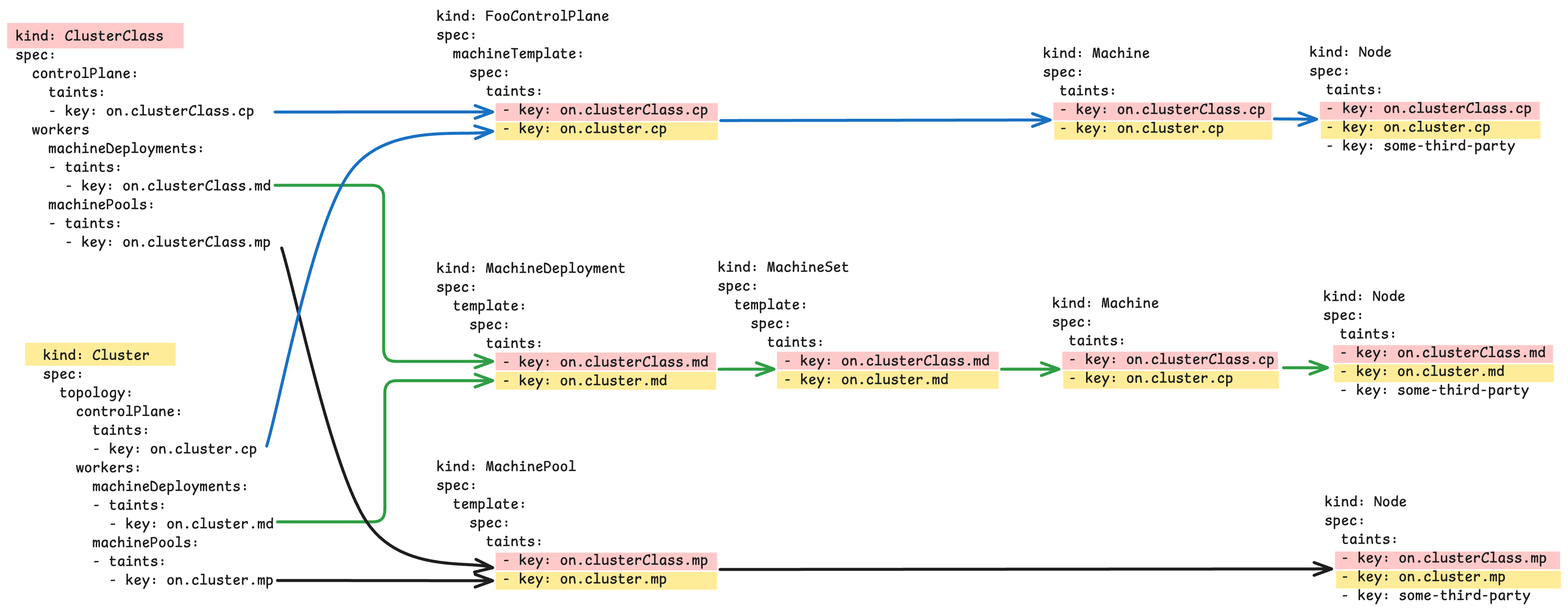
Above: docs/proposals/images/propagate-taints/topology-propagation.excalidraw.png in kubernetes-sigs/cluster-api (Excalidraw), before the change. Source tidied: one line per element, renumbered; positions are measured from the earlier drawing's top-left corner, leaving out a move shared by most shapes.
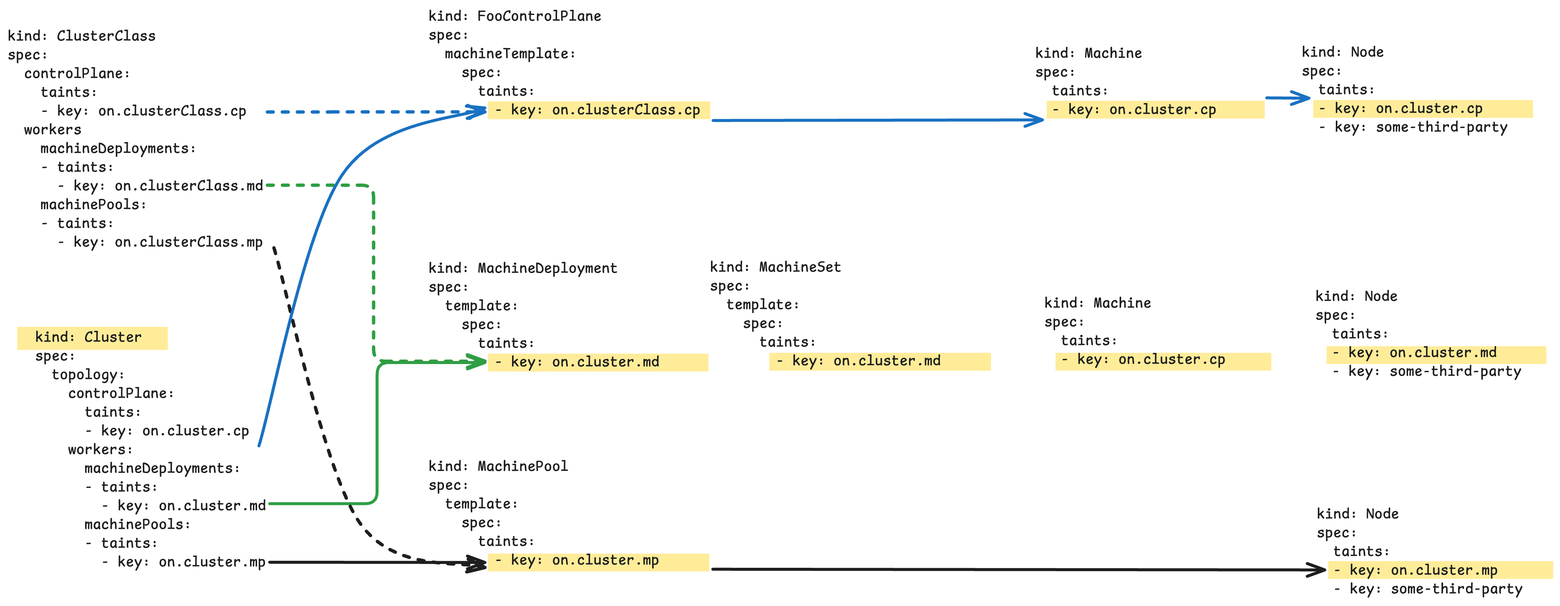
The same diagram one commit later.

The edit, as a diff of the source:
```diff
@@ -1,43 +1,30 @@
-{"id": 0, "type": "rectangle", "strokeColor": "#ffec99", "backgroundColor": "#ffec99", "fillStyle": "solid", "strokeWidth": 1, "roughness": 0, "x": 24, "y": 448, "width": 200, "height": 30}
+{"id": 0, "type": "rectangle", "strokeColor": "#ffec99", "backgroundColor": "#ffec99", "fillStyle": "solid", "strokeWidth": 1, "roughness": 0, "x": 24, "y": 427, "width": 200, "height": 30}
-{"id": 1, "type": "rectangle", "strokeColor": "#ffc9c9", "backgroundColor": "#ffc9c9", "fillStyle": "solid", "strokeWidth": 1, "roughness": 0, "x": 0, "y": 21, "width": 234, "height": 33}
-{"id": 2, "type": "rectangle", "strokeColor": "#ffec99", "backgroundColor": "#ffec99", "fillStyle": "solid", "strokeWidth": 1, "roughness": 0, "x": 652, "y": 754, "width": 294, "height": 23}
+{"id": 2, "type": "rectangle", "strokeColor": "#ffec99", "backgroundColor": "#ffec99", "fillStyle": "solid", "strokeWidth": 1, "roughness": 0, "x": 652, "y": 730, "width": 294, "height": 23}
-{"id": 3, "type": "rectangle", "strokeColor": "#ffc9c9", "backgroundColor": "#ffc9c9", "fillStyle": "solid", "strokeWidth": 1, "roughness": 0, "x": 652, "y": 728, "width": 294, "height": 23}
-{"id": 4, "type": "rectangle", "strokeColor": "#ffec99", "backgroundColor": "#ffec99", "fillStyle": "solid", "strokeWidth": 1, "roughness": 0, "x": 652, "y": 154, "width": 296, "height": 23}
+{"id": 4, "type": "rectangle", "strokeColor": "#ffec99", "backgroundColor": "#ffec99", "fillStyle": "solid", "strokeWidth": 1, "roughness": 0, "x": 652, "y": 126, "width": 296, "height": 23}
-{"id": 5, "type": "rectangle", "strokeColor": "#ffc9c9", "backgroundColor": "#ffc9c9", "fillStyle": "solid", "strokeWidth": 1, "roughness": 0, "x": 652, "y": 128, "width": 296, "height": 23}
-{"id": 6, "type": "rectangle", "strokeColor": "#ffec99", "backgroundColor": "#ffec99", "fillStyle": "solid", "strokeWidth": 1, "roughness": 0, "x": 652, "y": 487, "width": 293, "height": 23}
+{"id": 6, "type": "rectangle", "strokeColor": "#ffec99", "backgroundColor": "#ffec99", "fillStyle": "solid", "strokeWidth": 1, "roughness": 0, "x": 652, "y": 463, "width": 293, "height": 23}
-{"id": 7, "type": "rectangle", "strokeColor": "#ffc9c9", "backgroundColor": "#ffc9c9", "fillStyle": "solid", "strokeWidth": 1, "roughness": 0, "x": 652, "y": 461, "width": 293, "height": 23}
 {"id": 8, "type": "text", "text": "kind: ClusterClass\nspec:\n  controlPlane:\n    taints:\n    - key: on.clusterClass.cp\n  workers\n    machineDeployments:\n    - taints:\n      - key: on.clusterClass.md\n    machinePools:\n    - taints:\n      - key: on.clusterClass.mp", "strokeColor": "#1e1e1e", "strokeWidth": 2, "roughness": 0, "fontSize": 20, "fontFamily": 8, "x": 10, "y": 27, "width": 342, "height": 300}
-{"id": 9, "type": "text", "text": "kind: Cluster\nspec:\n  topology:\n    controlPlane:\n      taints:\n      - key: on.cluster.cp\n    workers:\n      machineDeployments:\n      - taints:\n        - key: on.cluster.md\n      machinePools:\n      - taints:\n        - key: on.cluster.mp\n", "strokeColor": "#1e1e1e", "strokeWidth": 2, "roughness": 0, "fontSize": 20, "fontFamily": 8, "x": 47, "y": 452, "width": 308, "height": 350}
+{"id": 9, "type": "text", "text": "kind: Cluster\nspec:\n  topology:\n    controlPlane:\n      taints:\n      - key: on.cluster.cp\n    workers:\n      machineDeployments:\n      - taints:\n        - key: on.cluster.md\n      machinePools:\n      - taints:\n        - key: on.cluster.mp\n", "strokeColor": "#1e1e1e", "strokeWidth": 2, "roughness": 0, "fontSize": 20, "fontFamily": 8, "x": 47, "y": 428, "width": 308, "height": 350}
-{"id": 10, "type": "text", "text": "kind: MachineDeployment\nspec:\n  template:\n    spec:\n      taints:\n        - key: on.clusterClass.md\n        - key: on.cluster.md\n", "strokeColor": "#1e1e1e", "strokeWidth": 2, "roughness": 0, "fontSize": 20, "fontFamily": 8, "x": 572, "y": 337, "width": 363, "height": 200}
+{"id": 10, "type": "text", "text": "kind: MachineDeployment\nspec:\n  template:\n    spec:\n      taints:\n        - key: on.cluster.md\n", "strokeColor": "#1e1e1e", "strokeWidth": 2, "roughness": 0, "fontSize": 20, "fontFamily": 8, "x": 572, "y": 337, "width": 308, "height": 175}
-{"id": 11, "type": "rectangle", "strokeColor": "#ffec99", "backgroundColor": "#ffec99", "fillStyle": "solid", "strokeWidth": 1, "roughness": 0, "x": 1397, "y": 153, "width": 290, "height": 23}
+{"id": 11, "type": "rectangle", "strokeColor": "#ffec99", "backgroundColor": "#ffec99", "fillStyle": "solid", "strokeWidth": 1, "roughness": 0, "x": 1397, "y": 125, "width": 290, "height": 23}
-{"id": 12, "type": "rectangle", "strokeColor": "#ffc9c9", "backgroundColor": "#ffc9c9", "fillStyle": "solid", "strokeWidth": 1, "roughness": 0, "x": 1396, "y": 127, "width": 290, "height": 23}
-{"id": 13, "type": "text", "text": "kind: Machine\nspec:\n  taints:\n  - key: on.clusterClass.cp\n  - key: on.cluster.cp\n", "strokeColor": "#1e1e1e", "strokeWidth": 2, "roughness": 0, "fontSize": 20, "fontFamily": 8, "x": 1381, "y": 49, "width": 297, "height": 150}
+{"id": 13, "type": "text", "text": "kind: Machine\nspec:\n  taints:\n  - key: on.cluster.cp\n", "strokeColor": "#1e1e1e", "strokeWidth": 2, "roughness": 0, "fontSize": 20, "fontFamily": 8, "x": 1381, "y": 49, "width": 242, "height": 125}
-{"id": 14, "type": "text", "text": "kind: MachinePool\nspec:\n  template:\n    spec:\n      taints:\n        - key: on.clusterClass.mp\n        - key: on.cluster.mp", "strokeColor": "#1e1e1e", "strokeWidth": 2, "roughness": 0, "fontSize": 20, "fontFamily": 8, "x": 572, "y": 601, "width": 363, "height": 175}
+{"id": 14, "type": "text", "text": "kind: MachinePool\nspec:\n  template:\n    spec:\n      taints:\n        - key: on.cluster.mp", "strokeColor": "#1e1e1e", "strokeWidth": 2, "roughness": 0, "fontSize": 20, "fontFamily": 8, "x": 572, "y": 601, "width": 308, "height": 150}
-{"id": 15, "type": "arrow", "strokeColor": "#2f9e44", "backgroundColor": "#a5d8ff", "fillStyle": "solid", "strokeWidth": 4, "roughness": 0, "endArrowhead": "arrow", "from": 8, "to": 7, "x": 357, "y": 237, "width": 290, "height": 235, "points": [[0, 0], [145, 0], [145, 235], [290, 235]]}
+{"id": 15, "type": "arrow", "strokeColor": "#2f9e44", "backgroundColor": "#a5d8ff", "fillStyle": "solid", "strokeWidth": 4, "strokeStyle": "dashed", "roughness": 0, "endArrowhead": "arrow", "from": 8, "x": 357, "y": 237, "width": 290, "height": 235, "points": [[0, 0], [142, 0], [142, 235], [290, 235]]}
-{"id": 16, "type": "arrow", "strokeColor": "#2f9e44", "backgroundColor": "#b2f2bb", "fillStyle": "solid", "strokeWidth": 4, "roughness": 0, "endArrowhead": "arrow", "from": 9, "to": 6, "x": 360, "y": 686, "width": 287, "height": 188, "points": [[0, 0], [143, 0], [143, -188], [287, -188]]}
+{"id": 16, "type": "arrow", "strokeColor": "#2f9e44", "backgroundColor": "#b2f2bb", "fillStyle": "solid", "strokeWidth": 4, "roughness": 0, "endArrowhead": "arrow", "from": 9, "to": 6, "x": 360, "y": 662, "width": 287, "height": 188, "points": [[0, 0], [143, 0], [143, -188], [287, -188]]}
-{"id": 17, "type": "text", "text": "kind: FooControlPlane\nspec:\n  machineTemplate:\n    spec:\n      taints:\n        - key: on.clusterClass.cp\n        - key: on.cluster.cp\n", "strokeColor": "#1e1e1e", "strokeWidth": 2, "roughness": 0, "fontSize": 20, "fontFamily": 8, "x": 572, "y": 0, "width": 363, "height": 200}
+{"id": 17, "type": "text", "text": "kind: FooControlPlane\nspec:\n  machineTemplate:\n    spec:\n      taints:\n        - key: on.clusterClass.cp\n", "strokeColor": "#1e1e1e", "strokeWidth": 2, "roughness": 0, "fontSize": 20, "fontFamily": 8, "x": 572, "y": 0, "width": 363, "height": 175}
-{"id": 18, "type": "arrow", "strokeColor": "#1e1e1e", "backgroundColor": "#b2f2bb", "fillStyle": "solid", "strokeWidth": 4, "roughness": 0, "endArrowhead": "arrow", "from": 9, "to": 2, "x": 360, "y": 765, "width": 287, "height": 0, "points": [[0, 0], [287, 0]]}
+{"id": 18, "type": "arrow", "strokeColor": "#1e1e1e", "backgroundColor": "#b2f2bb", "fillStyle": "solid", "strokeWidth": 4, "roughness": 0, "endArrowhead": "arrow", "from": 9, "to": 2, "x": 360, "y": 741, "width": 287, "height": 0, "points": [[0, 0], [287, 0]]}
-{"id": 19, "type": "arrow", "strokeColor": "#1e1e1e", "backgroundColor": "#b2f2bb", "fillStyle": "solid", "strokeWidth": 4, "roughness": 0, "endArrowhead": "arrow", "round": true, "from": 8, "to": 3, "x": 366, "y": 321, "width": 282, "height": 427, "points": [[0, 0], [113, 365], [282, 427]]}
+{"id": 19, "type": "arrow", "strokeColor": "#1e1e1e", "backgroundColor": "#b2f2bb", "fillStyle": "solid", "strokeWidth": 4, "strokeStyle": "dashed", "roughness": 0, "endArrowhead": "arrow", "round": true, "from": 8, "x": 366, "y": 321, "width": 282, "height": 427, "points": [[0, 0], [113, 365], [282, 427]]}
-{"id": 20, "type": "arrow", "strokeColor": "#1971c2", "backgroundColor": "#b2f2bb", "fillStyle": "solid", "strokeWidth": 4, "roughness": 0, "endArrowhead": "arrow", "from": 8, "to": 5, "x": 357, "y": 140, "width": 290, "height": 0, "points": [[0, 0], [86, 0], [86, 0], [290, 0]]}
+{"id": 20, "type": "arrow", "strokeColor": "#1971c2", "backgroundColor": "#b2f2bb", "fillStyle": "solid", "strokeWidth": 4, "strokeStyle": "dashed", "roughness": 0, "endArrowhead": "arrow", "from": 8, "x": 357, "y": 140, "width": 290, "height": 0, "points": [[0, 0], [86, 0], [86, 0], [290, 0]]}
-{"id": 21, "type": "arrow", "strokeColor": "#1971c2", "backgroundColor": "#b2f2bb", "fillStyle": "solid", "strokeWidth": 4, "roughness": 0, "endArrowhead": "arrow", "round": true, "to": 4, "x": 346, "y": 585, "width": 302, "height": 420, "points": [[0, 0], [111, -365], [302, -420]]}
+{"id": 21, "type": "arrow", "strokeColor": "#1971c2", "backgroundColor": "#b2f2bb", "fillStyle": "solid", "strokeWidth": 4, "roughness": 0, "endArrowhead": "arrow", "round": true, "to": 4, "x": 346, "y": 585, "width": 302, "height": 451, "points": [[0, 0], [111, -361], [302, -451]]}
-{"id": 22, "type": "rectangle", "strokeColor": "#ffec99", "backgroundColor": "#ffec99", "fillStyle": "solid", "strokeWidth": 1, "roughness": 0, "x": 1027, "y": 486, "width": 295, "height": 23}
+{"id": 22, "type": "rectangle", "strokeColor": "#ffec99", "backgroundColor": "#ffec99", "fillStyle": "solid", "strokeWidth": 1, "roughness": 0, "x": 1027, "y": 462, "width": 295, "height": 23}
-{"id": 23, "type": "rectangle", "strokeColor": "#ffc9c9", "backgroundColor": "#ffc9c9", "fillStyle": "solid", "strokeWidth": 1, "roughness": 0, "x": 1027, "y": 460, "width": 295, "height": 23}
-{"id": 24, "type": "text", "text": "kind: MachineSet\nspec:\n  template:\n    spec:\n      taints:\n        - key: on.clusterClass.md\n        - key: on.cluster.md\n", "strokeColor": "#1e1e1e", "strokeWidth": 2, "roughness": 0, "fontSize": 20, "fontFamily": 8, "x": 947, "y": 335, "width": 363, "height": 200}
+{"id": 24, "type": "text", "text": "kind: MachineSet\nspec:\n  template:\n    spec:\n      taints:\n        - key: on.cluster.md\n", "strokeColor": "#1e1e1e", "strokeWidth": 2, "roughness": 0, "fontSize": 20, "fontFamily": 8, "x": 947, "y": 335, "width": 308, "height": 175}
-{"id": 25, "type": "rectangle", "strokeColor": "#ffec99", "backgroundColor": "#ffec99", "fillStyle": "solid", "strokeWidth": 1, "roughness": 0, "x": 1773, "y": 752, "width": 299, "height": 23}
+{"id": 25, "type": "rectangle", "strokeColor": "#ffec99", "backgroundColor": "#ffec99", "fillStyle": "solid", "strokeWidth": 1, "roughness": 0, "x": 1773, "y": 740, "width": 299, "height": 23}
-{"id": 26, "type": "rectangle", "strokeColor": "#ffc9c9", "backgroundColor": "#ffc9c9", "fillStyle": "solid", "strokeWidth": 1, "roughness": 0, "x": 1772, "y": 726, "width": 299, "height": 23}
-{"id": 27, "type": "text", "text": "kind: Node\nspec:\n  taints:\n  - key: on.clusterClass.mp\n  - key: on.cluster.mp\n  - key: some-third-party", "strokeColor": "#1e1e1e", "strokeWidth": 2, "roughness": 0, "fontSize": 20, "fontFamily": 8, "x": 1757, "y": 648, "width": 297, "height": 150}
+{"id": 27, "type": "text", "text": "kind: Node\nspec:\n  taints:\n  - key: on.cluster.mp\n  - key: some-third-party", "strokeColor": "#1e1e1e", "strokeWidth": 2, "roughness": 0, "fontSize": 20, "fontFamily": 8, "x": 1757, "y": 664, "width": 275, "height": 125}
-{"id": 28, "type": "arrow", "strokeColor": "#2f9e44", "backgroundColor": "#ffec99", "fillStyle": "solid", "strokeWidth": 4, "roughness": 0, "endArrowhead": "arrow", "from": 7, "to": 23, "x": 949, "y": 483, "width": 73, "height": 0, "points": [[0, 0], [73, 0]]}
-{"id": 29, "type": "arrow", "strokeColor": "#1971c2", "backgroundColor": "#ffec99", "fillStyle": "solid", "strokeWidth": 4, "roughness": 0, "endArrowhead": "arrow", "from": 5, "to": 12, "x": 952, "y": 151, "width": 439, "height": 1, "points": [[0, 0], [439, -1]]}
+{"id": 29, "type": "arrow", "strokeColor": "#1971c2", "backgroundColor": "#ffec99", "fillStyle": "solid", "strokeWidth": 4, "roughness": 0, "endArrowhead": "arrow", "x": 952, "y": 151, "width": 439, "height": 1, "points": [[0, 0], [439, -1]]}
-{"id": 30, "type": "arrow", "strokeColor": "#1e1e1e", "backgroundColor": "#ffec99", "fillStyle": "solid", "strokeWidth": 4, "roughness": 0, "endArrowhead": "arrow", "from": 3, "to": 26, "x": 951, "y": 750, "width": 816, "height": 1, "points": [[0, 0], [816, -1]]}
+{"id": 30, "type": "arrow", "strokeColor": "#1e1e1e", "backgroundColor": "#ffec99", "fillStyle": "solid", "strokeWidth": 4, "roughness": 0, "endArrowhead": "arrow", "to": 25, "x": 951, "y": 750, "width": 816, "height": 1, "points": [[0, 0], [816, 1]]}
-{"id": 31, "type": "rectangle", "strokeColor": "#ffec99", "backgroundColor": "#ffec99", "fillStyle": "solid", "strokeWidth": 1, "roughness": 0, "x": 1409, "y": 486, "width": 287, "height": 23}
+{"id": 31, "type": "rectangle", "strokeColor": "#ffec99", "backgroundColor": "#ffec99", "fillStyle": "solid", "strokeWidth": 1, "roughness": 0, "x": 1409, "y": 462, "width": 287, "height": 23}
-{"id": 32, "type": "rectangle", "strokeColor": "#ffc9c9", "backgroundColor": "#ffc9c9", "fillStyle": "solid", "strokeWidth": 1, "roughness": 0, "x": 1408, "y": 460, "width": 287, "height": 23}
-{"id": 33, "type": "text", "text": "kind: Machine\nspec:\n  taints:\n  - key: on.clusterClass.cp\n  - key: on.cluster.cp\n", "strokeColor": "#1e1e1e", "strokeWidth": 2, "roughness": 0, "fontSize": 20, "fontFamily": 8, "x": 1393, "y": 383, "width": 297, "height": 150}
+{"id": 33, "type": "text", "text": "kind: Machine\nspec:\n  taints:\n  - key: on.cluster.cp\n", "strokeColor": "#1e1e1e", "strokeWidth": 2, "roughness": 0, "fontSize": 20, "fontFamily": 8, "x": 1393, "y": 383, "width": 242, "height": 125}
-{"id": 34, "type": "rectangle", "strokeColor": "#ffec99", "backgroundColor": "#ffec99", "fillStyle": "solid", "strokeWidth": 1, "roughness": 0, "x": 1753, "y": 152, "width": 292, "height": 23}
+{"id": 34, "type": "rectangle", "strokeColor": "#ffec99", "backgroundColor": "#ffec99", "fillStyle": "solid", "strokeWidth": 1, "roughness": 0, "x": 1753, "y": 124, "width": 292, "height": 23}
-{"id": 35, "type": "rectangle", "strokeColor": "#ffc9c9", "backgroundColor": "#ffc9c9", "fillStyle": "solid", "strokeWidth": 1, "roughness": 0, "x": 1751, "y": 126, "width": 292, "height": 23}
-{"id": 36, "type": "text", "text": "kind: Node\nspec:\n  taints:\n  - key: on.clusterClass.cp\n  - key: on.cluster.cp\n  - key: some-third-party", "strokeColor": "#1e1e1e", "strokeWidth": 2, "roughness": 0, "fontSize": 20, "fontFamily": 8, "x": 1737, "y": 48, "width": 297, "height": 150}
+{"id": 36, "type": "text", "text": "kind: Node\nspec:\n  taints:\n  - key: on.cluster.cp\n  - key: some-third-party", "strokeColor": "#1e1e1e", "strokeWidth": 2, "roughness": 0, "fontSize": 20, "fontFamily": 8, "x": 1737, "y": 48, "width": 275, "height": 125}
-{"id": 37, "type": "arrow", "strokeColor": "#2f9e44", "backgroundColor": "#ffec99", "fillStyle": "solid", "strokeWidth": 4, "roughness": 0, "endArrowhead": "arrow", "from": 23, "to": 32, "x": 1326, "y": 483, "width": 77, "height": 0, "points": [[0, 0], [77, 0]]}
-{"id": 38, "type": "arrow", "strokeColor": "#1971c2", "backgroundColor": "#ffec99", "fillStyle": "solid", "strokeWidth": 4, "roughness": 0, "endArrowhead": "arrow", "from": 12, "to": 35, "x": 1690, "y": 149, "width": 56, "height": 0, "points": [[0, 0], [56, 0]]}
+{"id": 38, "type": "arrow", "strokeColor": "#1971c2", "backgroundColor": "#ffec99", "fillStyle": "solid", "strokeWidth": 4, "roughness": 0, "endArrowhead": "arrow", "x": 1690, "y": 121, "width": 56, "height": 0, "points": [[0, 0], [56, 0]]}
-{"id": 39, "type": "rectangle", "strokeColor": "#ffec99", "backgroundColor": "#ffec99", "fillStyle": "solid", "strokeWidth": 1, "roughness": 0, "x": 1771, "y": 477, "width": 292, "height": 23}
+{"id": 39, "type": "rectangle", "strokeColor": "#ffec99", "backgroundColor": "#ffec99", "fillStyle": "solid", "strokeWidth": 1, "roughness": 0, "x": 1771, "y": 453, "width": 292, "height": 23}
-{"id": 40, "type": "rectangle", "strokeColor": "#ffc9c9", "backgroundColor": "#ffc9c9", "fillStyle": "solid", "strokeWidth": 1, "roughness": 0, "x": 1769, "y": 451, "width": 292, "height": 23}
-{"id": 41, "type": "text", "text": "kind: Node\nspec:\n  taints:\n  - key: on.clusterClass.md\n  - key: on.cluster.md\n  - key: some-third-party", "strokeColor": "#1e1e1e", "strokeWidth": 2, "roughness": 0, "fontSize": 20, "fontFamily": 8, "x": 1755, "y": 374, "width": 297, "height": 150}
+{"id": 41, "type": "text", "text": "kind: Node\nspec:\n  taints:\n  - key: on.cluster.md\n  - key: some-third-party", "strokeColor": "#1e1e1e", "strokeWidth": 2, "roughness": 0, "fontSize": 20, "fontFamily": 8, "x": 1755, "y": 374, "width": 275, "height": 125}
-{"id": 42, "type": "arrow", "strokeColor": "#2f9e44", "backgroundColor": "#ffec99", "fillStyle": "solid", "strokeWidth": 4, "roughness": 0, "endArrowhead": "arrow", "from": 33, "to": 40, "x": 1702, "y": 481, "width": 59, "height": 0, "points": [[0, 0], [59, 0]]}
```
